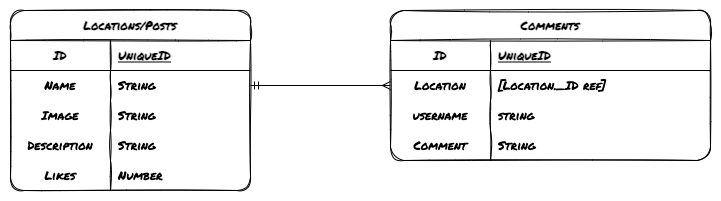
Earlier version of the draw.io export diagrams/ERD.png (SEI-R-11-8/u3_react_redux_review_lab). Source tidied: cells renumbered, new cells last; positions are measured from the earlier drawing's top-left corner, leaving out a move shared by most shapes. Source of this version:
```xml
<mxGraphModel>
  <root>
    <mxCell id="0" />
    <mxCell id="1" parent="0" />
    <mxCell id="2" value="Locations/Posts" style="shape=table;startSize=30;rowLines=0;fontStyle=1;align=center;rounded=1;sketch=1;fontFamily=Permanent Marker;fontSource=https%3A%2F%2Ffonts.googleapis.com%2Fcss%3Ffamily%3DPermanent%2BMarker;" parent="1" vertex="1">
      <mxGeometry width="240" height="180" as="geometry" />
    </mxCell>
    <mxCell id="3" style="shape=partialRectangle;fillColor=none;top=0;left=0;bottom=1;right=0;fontFamily=Permanent Marker;fontSource=https%3A%2F%2Ffonts.googleapis.com%2Fcss%3Ffamily%3DPermanent%2BMarker;" parent="2" vertex="1">
      <mxGeometry y="30" width="240" height="30" as="geometry" />
    </mxCell>
    <mxCell id="4" value="ID" style="shape=partialRectangle;fillColor=none;top=0;left=0;bottom=0;right=0;fontStyle=1;overflow=hidden;fontFamily=Permanent Marker;fontSource=https%3A%2F%2Ffonts.googleapis.com%2Fcss%3Ffamily%3DPermanent%2BMarker;" parent="3" vertex="1">
      <mxGeometry width="100" height="30" as="geometry" />
    </mxCell>
    <mxCell id="5" value="UniqueID" style="shape=partialRectangle;fillColor=none;top=0;left=0;bottom=0;right=0;align=left;spacingLeft=6;fontStyle=5;overflow=hidden;fontFamily=Permanent Marker;fontSource=https%3A%2F%2Ffonts.googleapis.com%2Fcss%3Ffamily%3DPermanent%2BMarker;" parent="3" vertex="1">
      <mxGeometry x="100" width="140" height="30" as="geometry" />
    </mxCell>
    <mxCell id="6" style="shape=partialRectangle;fillColor=none;top=0;left=0;bottom=0;right=0;points=[[0,0.5],[1,0.5]];portConstraint=eastwest;fontFamily=Permanent Marker;fontSource=https%3A%2F%2Ffonts.googleapis.com%2Fcss%3Ffamily%3DPermanent%2BMarker;" parent="2" vertex="1">
      <mxGeometry y="60" width="240" height="30" as="geometry" />
    </mxCell>
    <mxCell id="7" value="Name" style="shape=partialRectangle;fillColor=none;top=0;left=0;bottom=0;right=0;overflow=hidden;fontFamily=Permanent Marker;fontSource=https%3A%2F%2Ffonts.googleapis.com%2Fcss%3Ffamily%3DPermanent%2BMarker;" parent="6" vertex="1">
      <mxGeometry width="100" height="30" as="geometry" />
    </mxCell>
    <mxCell id="8" value="String" style="shape=partialRectangle;fillColor=none;top=0;left=0;bottom=0;right=0;align=left;spacingLeft=6;overflow=hidden;fontFamily=Permanent Marker;fontSource=https%3A%2F%2Ffonts.googleapis.com%2Fcss%3Ffamily%3DPermanent%2BMarker;" parent="6" vertex="1">
      <mxGeometry x="100" width="140" height="30" as="geometry" />
    </mxCell>
    <mxCell id="9" style="shape=partialRectangle;fillColor=none;top=0;left=0;bottom=0;right=0;fontFamily=Permanent Marker;fontSource=https%3A%2F%2Ffonts.googleapis.com%2Fcss%3Ffamily%3DPermanent%2BMarker;" parent="2" vertex="1">
      <mxGeometry y="90" width="240" height="30" as="geometry" />
    </mxCell>
    <mxCell id="10" value="Image" style="shape=partialRectangle;fillColor=none;top=0;left=0;bottom=0;right=0;overflow=hidden;fontFamily=Permanent Marker;fontSource=https%3A%2F%2Ffonts.googleapis.com%2Fcss%3Ffamily%3DPermanent%2BMarker;" parent="9" vertex="1">
      <mxGeometry width="100" height="30" as="geometry" />
    </mxCell>
    <mxCell id="11" value="String" style="shape=partialRectangle;fillColor=none;top=0;left=0;bottom=0;right=0;align=left;spacingLeft=6;overflow=hidden;fontFamily=Permanent Marker;fontSource=https%3A%2F%2Ffonts.googleapis.com%2Fcss%3Ffamily%3DPermanent%2BMarker;" parent="9" vertex="1">
      <mxGeometry x="100" width="140" height="30" as="geometry" />
    </mxCell>
    <mxCell id="12" style="shape=partialRectangle;fillColor=none;top=0;left=0;bottom=0;right=0;fontFamily=Permanent Marker;fontSource=https%3A%2F%2Ffonts.googleapis.com%2Fcss%3Ffamily%3DPermanent%2BMarker;" parent="2" vertex="1">
      <mxGeometry y="120" width="240" height="30" as="geometry" />
    </mxCell>
    <mxCell id="13" value="Description" style="shape=partialRectangle;fillColor=none;top=0;left=0;bottom=0;right=0;overflow=hidden;fontFamily=Permanent Marker;fontSource=https%3A%2F%2Ffonts.googleapis.com%2Fcss%3Ffamily%3DPermanent%2BMarker;" parent="12" vertex="1">
      <mxGeometry width="100" height="30" as="geometry" />
    </mxCell>
    <mxCell id="14" value="String" style="shape=partialRectangle;fillColor=none;top=0;left=0;bottom=0;right=0;align=left;spacingLeft=6;overflow=hidden;fontFamily=Permanent Marker;fontSource=https%3A%2F%2Ffonts.googleapis.com%2Fcss%3Ffamily%3DPermanent%2BMarker;" parent="12" vertex="1">
      <mxGeometry x="100" width="140" height="30" as="geometry" />
    </mxCell>
    <mxCell id="15" style="shape=partialRectangle;fillColor=none;top=0;left=0;bottom=0;right=0;fontFamily=Permanent Marker;fontSource=https%3A%2F%2Ffonts.googleapis.com%2Fcss%3Ffamily%3DPermanent%2BMarker;" parent="2" vertex="1">
      <mxGeometry y="150" width="240" height="30" as="geometry" />
    </mxCell>
    <mxCell id="16" value="Likes" style="shape=partialRectangle;fillColor=none;top=0;left=0;bottom=0;right=0;overflow=hidden;fontFamily=Permanent Marker;fontSource=https%3A%2F%2Ffonts.googleapis.com%2Fcss%3Ffamily%3DPermanent%2BMarker;" parent="15" vertex="1">
      <mxGeometry width="100" height="30" as="geometry" />
    </mxCell>
    <mxCell id="17" value="Number" style="shape=partialRectangle;fillColor=none;top=0;left=0;bottom=0;right=0;align=left;spacingLeft=6;overflow=hidden;fontFamily=Permanent Marker;fontSource=https%3A%2F%2Ffonts.googleapis.com%2Fcss%3Ffamily%3DPermanent%2BMarker;" parent="15" vertex="1">
      <mxGeometry x="100" width="140" height="30" as="geometry" />
    </mxCell>
    <mxCell id="18" value="Comments" style="shape=table;startSize=30;rowLines=0;fontStyle=1;align=center;rounded=1;sketch=1;fontFamily=Permanent Marker;fontSource=https%3A%2F%2Ffonts.googleapis.com%2Fcss%3Ffamily%3DPermanent%2BMarker;" parent="1" vertex="1">
      <mxGeometry x="380" width="320" height="150" as="geometry" />
    </mxCell>
    <mxCell id="19" style="shape=partialRectangle;fillColor=none;top=0;left=0;bottom=1;right=0;fontFamily=Permanent Marker;fontSource=https%3A%2F%2Ffonts.googleapis.com%2Fcss%3Ffamily%3DPermanent%2BMarker;" parent="18" vertex="1">
      <mxGeometry y="30" width="320" height="30" as="geometry" />
    </mxCell>
    <mxCell id="20" value="ID" style="shape=partialRectangle;fillColor=none;top=0;left=0;bottom=0;right=0;fontStyle=1;overflow=hidden;fontFamily=Permanent Marker;fontSource=https%3A%2F%2Ffonts.googleapis.com%2Fcss%3Ffamily%3DPermanent%2BMarker;" parent="19" vertex="1">
      <mxGeometry width="100" height="30" as="geometry" />
    </mxCell>
    <mxCell id="21" value="UniqueID" style="shape=partialRectangle;fillColor=none;top=0;left=0;bottom=0;right=0;align=left;spacingLeft=6;fontStyle=5;overflow=hidden;fontFamily=Permanent Marker;fontSource=https%3A%2F%2Ffonts.googleapis.com%2Fcss%3Ffamily%3DPermanent%2BMarker;" parent="19" vertex="1">
      <mxGeometry x="100" width="220" height="30" as="geometry" />
    </mxCell>
    <mxCell id="22" style="shape=partialRectangle;fillColor=none;top=0;left=0;bottom=0;right=0;points=[[0,0.5],[1,0.5]];portConstraint=eastwest;fontFamily=Permanent Marker;fontSource=https%3A%2F%2Ffonts.googleapis.com%2Fcss%3Ffamily%3DPermanent%2BMarker;" parent="18" vertex="1">
      <mxGeometry y="60" width="320" height="30" as="geometry" />
    </mxCell>
    <mxCell id="23" value="Location" style="shape=partialRectangle;fillColor=none;top=0;left=0;bottom=0;right=0;overflow=hidden;fontFamily=Permanent Marker;fontSource=https%3A%2F%2Ffonts.googleapis.com%2Fcss%3Ffamily%3DPermanent%2BMarker;" parent="22" vertex="1">
      <mxGeometry width="100" height="30" as="geometry" />
    </mxCell>
    <mxCell id="24" value="[Location._ID ref]" style="shape=partialRectangle;fillColor=none;top=0;left=0;bottom=0;right=0;align=left;spacingLeft=6;overflow=hidden;fontFamily=Permanent Marker;fontSource=https%3A%2F%2Ffonts.googleapis.com%2Fcss%3Ffamily%3DPermanent%2BMarker;" parent="22" vertex="1">
      <mxGeometry x="100" width="220" height="30" as="geometry" />
    </mxCell>
    <mxCell id="25" style="shape=partialRectangle;fillColor=none;top=0;left=0;bottom=0;right=0;fontFamily=Permanent Marker;fontSource=https%3A%2F%2Ffonts.googleapis.com%2Fcss%3Ffamily%3DPermanent%2BMarker;" parent="18" vertex="1">
      <mxGeometry y="90" width="320" height="30" as="geometry" />
    </mxCell>
    <mxCell id="26" value="username" style="shape=partialRectangle;fillColor=none;top=0;left=0;bottom=0;right=0;overflow=hidden;fontFamily=Permanent Marker;fontSource=https%3A%2F%2Ffonts.googleapis.com%2Fcss%3Ffamily%3DPermanent%2BMarker;" parent="25" vertex="1">
      <mxGeometry width="100" height="30" as="geometry" />
    </mxCell>
    <mxCell id="27" value="string" style="shape=partialRectangle;fillColor=none;top=0;left=0;bottom=0;right=0;align=left;spacingLeft=6;overflow=hidden;fontFamily=Permanent Marker;fontSource=https%3A%2F%2Ffonts.googleapis.com%2Fcss%3Ffamily%3DPermanent%2BMarker;" parent="25" vertex="1">
      <mxGeometry x="100" width="220" height="30" as="geometry" />
    </mxCell>
    <mxCell id="28" style="shape=partialRectangle;fillColor=none;top=0;left=0;bottom=0;right=0;fontFamily=Permanent Marker;fontSource=https%3A%2F%2Ffonts.googleapis.com%2Fcss%3Ffamily%3DPermanent%2BMarker;" parent="18" vertex="1">
      <mxGeometry y="120" width="320" height="30" as="geometry" />
    </mxCell>
    <mxCell id="29" value="Comment" style="shape=partialRectangle;fillColor=none;top=0;left=0;bottom=0;right=0;overflow=hidden;fontFamily=Permanent Marker;fontSource=https%3A%2F%2Ffonts.googleapis.com%2Fcss%3Ffamily%3DPermanent%2BMarker;" parent="28" vertex="1">
      <mxGeometry width="100" height="30" as="geometry" />
    </mxCell>
    <mxCell id="30" value="String" style="shape=partialRectangle;fillColor=none;top=0;left=0;bottom=0;right=0;align=left;spacingLeft=6;overflow=hidden;fontFamily=Permanent Marker;fontSource=https%3A%2F%2Ffonts.googleapis.com%2Fcss%3Ffamily%3DPermanent%2BMarker;" parent="28" vertex="1">
      <mxGeometry x="100" width="220" height="30" as="geometry" />
    </mxCell>
    <mxCell id="31" style="endArrow=ERmany;html=1;rounded=0;exitX=1;exitY=0.5;exitDx=0;exitDy=0;entryX=0;entryY=0.5;entryDx=0;entryDy=0;startArrow=ERmandOne;startFill=0;endFill=0;" parent="1" edge="1" source="6" target="22">
      <mxGeometry relative="1" as="geometry" />
    </mxCell>
  </root>
</mxGraphModel>
```
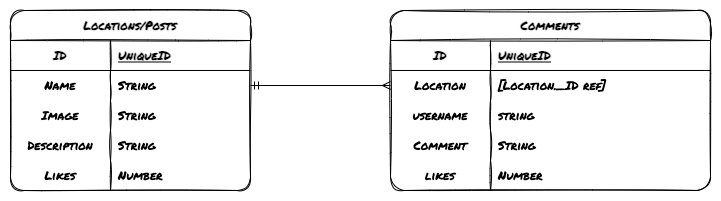
The same file after the commit.

Commit message:
set up comments seeds, seeded both collections

Diff of the diagram source:
```diff
@@ -51,7 +51,7 @@
       <mxGeometry x="100" width="140" height="30" as="geometry" />
     </mxCell>
     <mxCell id="18" value="Comments" style="shape=table;startSize=30;rowLines=0;fontStyle=1;align=center;rounded=1;sketch=1;fontFamily=Permanent Marker;fontSource=https%3A%2F%2Ffonts.googleapis.com%2Fcss%3Ffamily%3DPermanent%2BMarker;" parent="1" vertex="1">
-      <mxGeometry x="380" width="320" height="150" as="geometry" />
+      <mxGeometry x="380" width="320" height="180" as="geometry" />
     </mxCell>
     <mxCell id="19" style="shape=partialRectangle;fillColor=none;top=0;left=0;bottom=1;right=0;fontFamily=Permanent Marker;fontSource=https%3A%2F%2Ffonts.googleapis.com%2Fcss%3Ffamily%3DPermanent%2BMarker;" parent="18" vertex="1">
       <mxGeometry y="30" width="320" height="30" as="geometry" />
@@ -89,6 +89,15 @@
     <mxCell id="30" value="String" style="shape=partialRectangle;fillColor=none;top=0;left=0;bottom=0;right=0;align=left;spacingLeft=6;overflow=hidden;fontFamily=Permanent Marker;fontSource=https%3A%2F%2Ffonts.googleapis.com%2Fcss%3Ffamily%3DPermanent%2BMarker;" parent="28" vertex="1">
       <mxGeometry x="100" width="220" height="30" as="geometry" />
     </mxCell>
+    <mxCell id="32" style="shape=partialRectangle;fillColor=none;top=0;left=0;bottom=0;right=0;fontFamily=Permanent Marker;fontSource=https%3A%2F%2Ffonts.googleapis.com%2Fcss%3Ffamily%3DPermanent%2BMarker;" parent="18" vertex="1">
+      <mxGeometry y="150" width="320" height="30" as="geometry" />
+    </mxCell>
+    <mxCell id="33" value="likes" style="shape=partialRectangle;fillColor=none;top=0;left=0;bottom=0;right=0;overflow=hidden;fontFamily=Permanent Marker;fontSource=https%3A%2F%2Ffonts.googleapis.com%2Fcss%3Ffamily%3DPermanent%2BMarker;" parent="32" vertex="1">
+      <mxGeometry width="100" height="30" as="geometry" />
+    </mxCell>
+    <mxCell id="34" value="Number" style="shape=partialRectangle;fillColor=none;top=0;left=0;bottom=0;right=0;align=left;spacingLeft=6;overflow=hidden;fontFamily=Permanent Marker;fontSource=https%3A%2F%2Ffonts.googleapis.com%2Fcss%3Ffamily%3DPermanent%2BMarker;" parent="32" vertex="1">
+      <mxGeometry x="100" width="220" height="30" as="geometry" />
+    </mxCell>
     <mxCell id="31" style="endArrow=ERmany;html=1;rounded=0;exitX=1;exitY=0.5;exitDx=0;exitDy=0;entryX=0;entryY=0.5;entryDx=0;entryDy=0;startArrow=ERmandOne;startFill=0;endFill=0;" parent="1" edge="1" source="6" target="22">
       <mxGeometry relative="1" as="geometry" />
     </mxCell>
```
